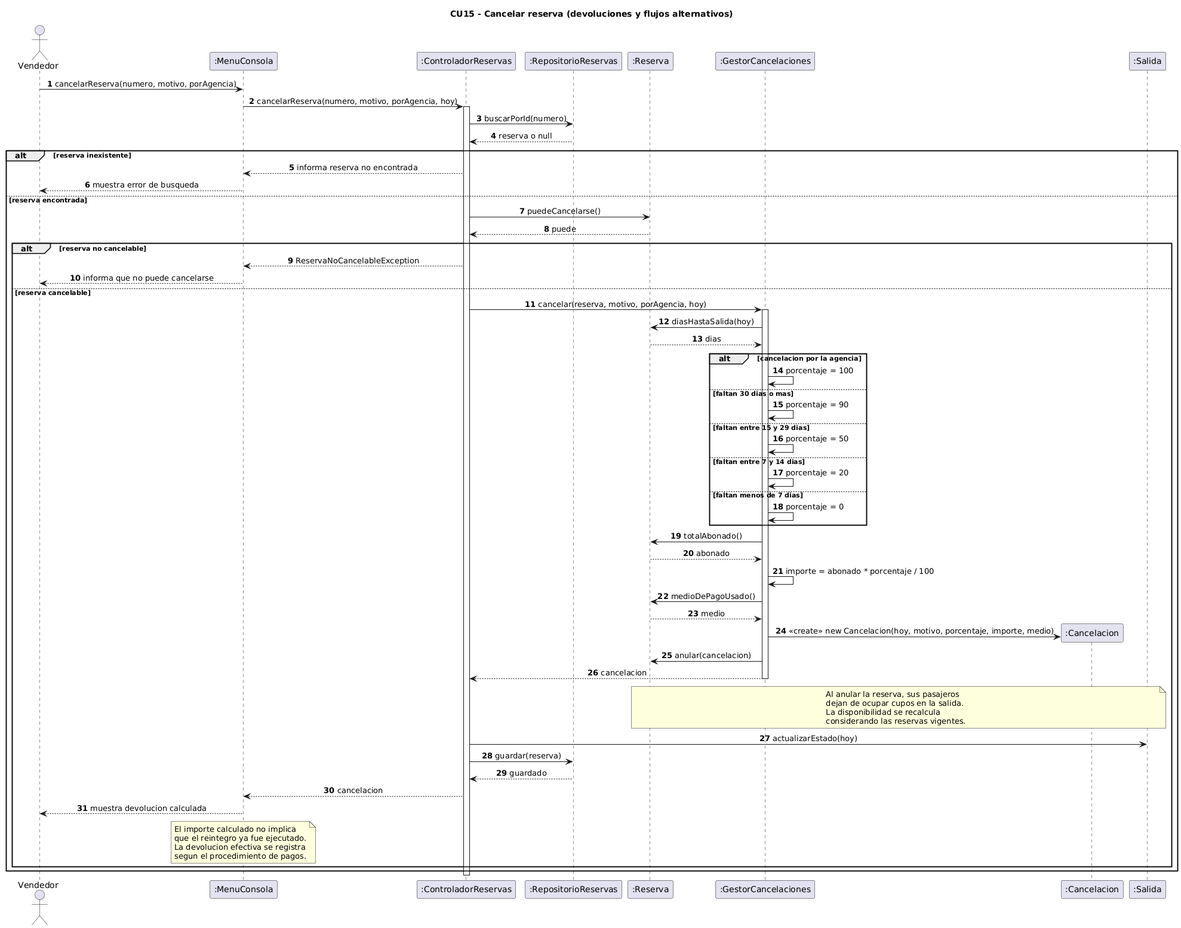
Above: docs/uml/03-secuencia-cancelar-reserva.png in CarlosDanielOK/Avion (PlantUML), before the change.
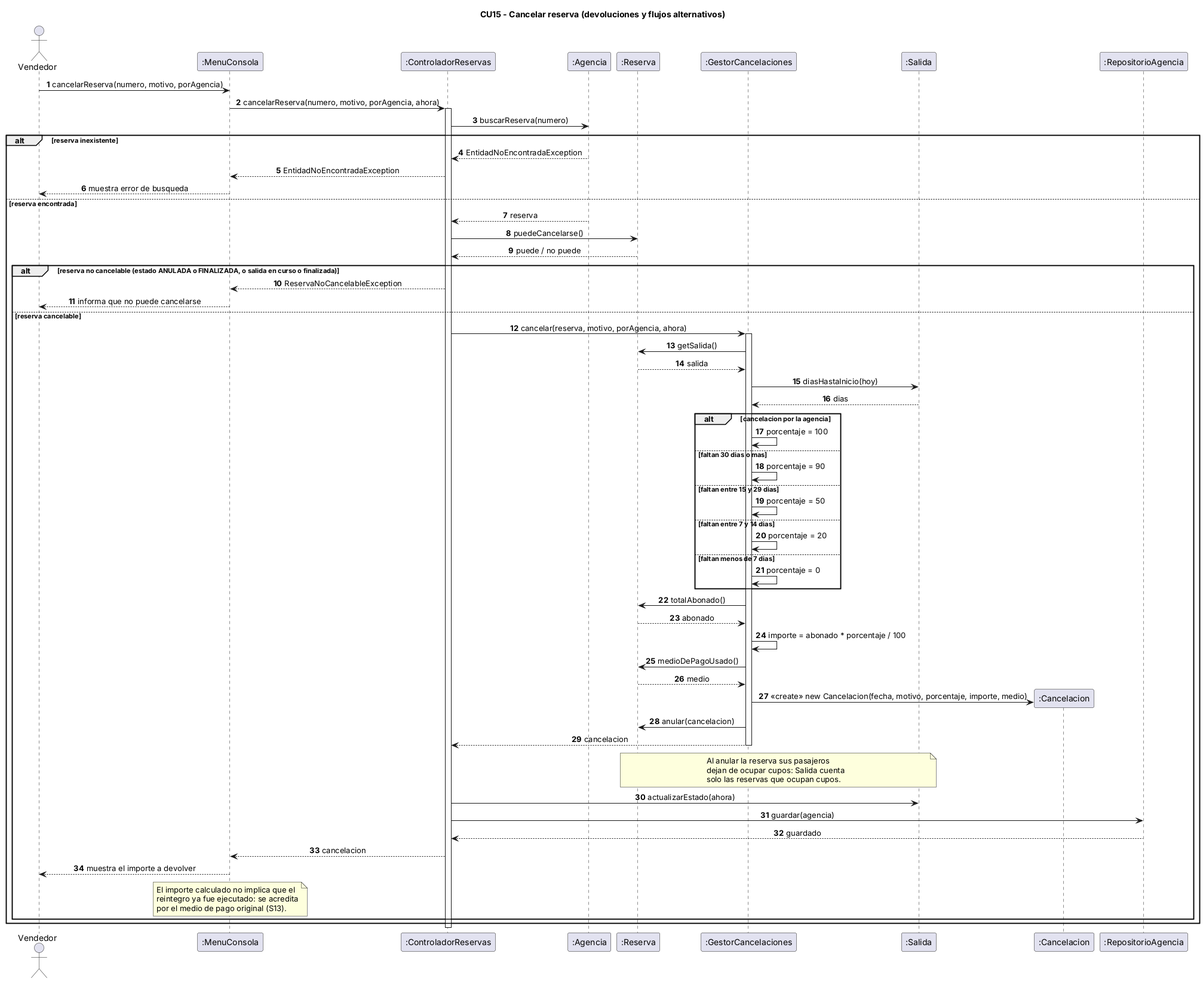
After the commit.

What changed in the source:
```diff
@@ -9,37 +9,41 @@
 actor Vendedor
 participant ":MenuConsola" as UI
 participant ":ControladorReservas" as CTRL
-participant ":RepositorioReservas" as REPO
+participant ":Agencia" as AGE
 participant ":Reserva" as RES
 participant ":GestorCancelaciones" as GC
+participant ":Salida" as SAL
 participant ":Cancelacion" as CAN
-participant ":Salida" as SAL
+participant ":RepositorioAgencia" as REPO
 
 Vendedor -> UI : cancelarReserva(numero, motivo, porAgencia)
-UI -> CTRL : cancelarReserva(numero, motivo, porAgencia, hoy)
+UI -> CTRL : cancelarReserva(numero, motivo, porAgencia, ahora)
 activate CTRL
 
-CTRL -> REPO : buscarPorId(numero)
-REPO --> CTRL : reserva o null
+CTRL -> AGE : buscarReserva(numero)
 
 alt reserva inexistente
-  CTRL --> UI : informa reserva no encontrada
+  AGE --> CTRL : EntidadNoEncontradaException
+  CTRL --> UI : EntidadNoEncontradaException
   UI --> Vendedor : muestra error de busqueda
 
 else reserva encontrada
+  AGE --> CTRL : reserva
   CTRL -> RES : puedeCancelarse()
-  RES --> CTRL : puede
+  RES --> CTRL : puede / no puede
 
-  alt reserva no cancelable
+  alt reserva no cancelable (estado ANULADA o FINALIZADA, o salida en curso o finalizada)
     CTRL --> UI : ReservaNoCancelableException
     UI --> Vendedor : informa que no puede cancelarse
 
   else reserva cancelable
-    CTRL -> GC : cancelar(reserva, motivo, porAgencia, hoy)
+    CTRL -> GC : cancelar(reserva, motivo, porAgencia, ahora)
     activate GC
 
-    GC -> RES : diasHastaSalida(hoy)
-    RES --> GC : dias
+    GC -> RES : getSalida()
+    RES --> GC : salida
+    GC -> SAL : diasHastaInicio(hoy)
+    SAL --> GC : dias
 
     alt cancelacion por la agencia
       GC -> GC : porcentaje = 100
@@ -62,33 +66,30 @@
     RES --> GC : medio
 
     create CAN
-    GC -> CAN : <<create>> new Cancelacion(hoy, motivo, porcentaje, importe, medio)
+    GC -> CAN : <<create>> new Cancelacion(fecha, motivo, porcentaje, importe, medio)
 
     GC -> RES : anular(cancelacion)
     GC --> CTRL : cancelacion
     deactivate GC
 
     note over RES,SAL
-      Al anular la reserva, sus pasajeros
-      dejan de ocupar cupos en la salida.
-      La disponibilidad se recalcula
-      considerando las reservas vigentes.
+      Al anular la reserva sus pasajeros
+      dejan de ocupar cupos: Salida cuenta
+      solo las reservas que ocupan cupos.
     end note
 
-    CTRL -> SAL : actualizarEstado(hoy)
-    CTRL -> REPO : guardar(reserva)
+    CTRL -> SAL : actualizarEstado(ahora)
+    CTRL -> REPO : guardar(agencia)
     REPO --> CTRL : guardado
 
     CTRL --> UI : cancelacion
-    UI --> Vendedor : muestra devolucion calculada
+    UI --> Vendedor : muestra el importe a devolver
 
     note over UI
-      El importe calculado no implica
-      que el reintegro ya fue ejecutado.
-      La devolucion efectiva se registra
-      segun el procedimiento de pagos.
+      El importe calculado no implica que el
+      reintegro ya fue ejecutado: se acredita
+      por el medio de pago original (S13).
     end note
-
   end
 end
 
```
